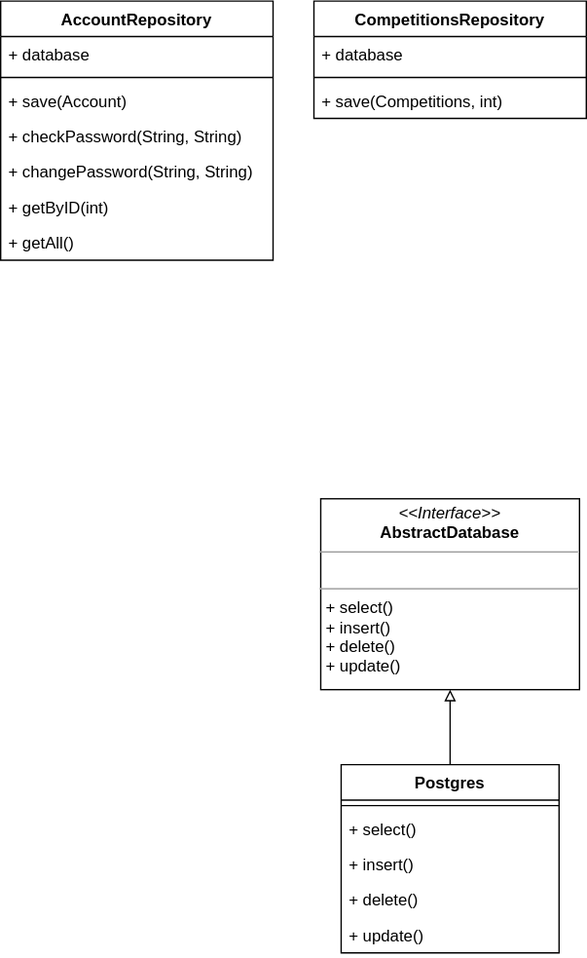
ArdentK/bmstu-6sem-ppo keeps this draw.io diagram as docs/assets/dataAccess.svg. Above is the earlier version. Source tidied: cells renumbered, new cells last; positions are measured from the earlier drawing's top-left corner, leaving out a move shared by most shapes. The source it was exported from:
```xml
<mxGraphModel>
  <root>
    <mxCell id="0" />
    <mxCell id="1" parent="0" />
    <mxCell id="2" style="edgeStyle=orthogonalEdgeStyle;rounded=0;jettySize=auto;html=1;exitX=0.5;exitY=0;exitDx=0;exitDy=0;entryX=0.5;entryY=1;entryDx=0;entryDy=0;endArrow=block;endFill=0;" parent="1" edge="1" source="3" target="9">
      <mxGeometry relative="1" as="geometry" />
    </mxCell>
    <mxCell id="3" value="Postgres" style="swimlane;fontStyle=1;align=center;verticalAlign=top;horizontal=1;startSize=26;" parent="1" vertex="1">
      <mxGeometry x="250" y="560" width="160" height="138" as="geometry" />
    </mxCell>
    <mxCell id="4" style="line;strokeWidth=1;fillColor=none;align=left;verticalAlign=middle;spacingTop=-1;spacingLeft=3;spacingRight=3;labelPosition=right;" parent="3" vertex="1">
      <mxGeometry y="26" width="160" height="8" as="geometry" />
    </mxCell>
    <mxCell id="5" value="+ select()" style="text;strokeColor=none;fillColor=none;align=left;verticalAlign=top;spacingLeft=4;spacingRight=4;overflow=hidden;" parent="3" vertex="1">
      <mxGeometry y="34" width="160" height="26" as="geometry" />
    </mxCell>
    <mxCell id="6" value="+ insert()" style="text;strokeColor=none;fillColor=none;align=left;verticalAlign=top;spacingLeft=4;spacingRight=4;overflow=hidden;" parent="3" vertex="1">
      <mxGeometry y="60" width="160" height="26" as="geometry" />
    </mxCell>
    <mxCell id="7" value="+ delete()" style="text;strokeColor=none;fillColor=none;align=left;verticalAlign=top;spacingLeft=4;spacingRight=4;overflow=hidden;" parent="3" vertex="1">
      <mxGeometry y="86" width="160" height="26" as="geometry" />
    </mxCell>
    <mxCell id="8" value="+ update()" style="text;strokeColor=none;fillColor=none;align=left;verticalAlign=top;spacingLeft=4;spacingRight=4;overflow=hidden;" parent="3" vertex="1">
      <mxGeometry y="112" width="160" height="26" as="geometry" />
    </mxCell>
    <mxCell id="9" value="&lt;p style=&quot;margin:0px;margin-top:4px;text-align:center;&quot;&gt;&lt;i&gt;&amp;lt;&amp;lt;Interface&amp;gt;&amp;gt;&lt;/i&gt;&lt;br&gt;&lt;b&gt;AbstractDatabase&lt;/b&gt;&lt;/p&gt;&lt;hr size=&quot;1&quot;&gt;&lt;p style=&quot;margin:0px;margin-left:4px;&quot;&gt;&lt;br&gt;&lt;/p&gt;&lt;hr size=&quot;1&quot;&gt;&lt;p style=&quot;margin:0px;margin-left:4px;&quot;&gt;+ select()&lt;br&gt;&lt;/p&gt;&lt;p style=&quot;margin:0px;margin-left:4px;&quot;&gt;+ insert()&lt;/p&gt;&lt;p style=&quot;margin:0px;margin-left:4px;&quot;&gt;+ delete()&lt;/p&gt;&lt;p style=&quot;margin:0px;margin-left:4px;&quot;&gt;+ update()&lt;/p&gt;" style="verticalAlign=top;align=left;overflow=fill;fontSize=12;fontFamily=Helvetica;html=1;" parent="1" vertex="1">
      <mxGeometry x="235" y="365" width="190" height="140" as="geometry" />
    </mxCell>
    <mxCell id="10" value="AccountRepository" style="swimlane;fontStyle=1;align=center;verticalAlign=top;horizontal=1;startSize=26;" parent="1" vertex="1">
      <mxGeometry width="200" height="190" as="geometry" />
    </mxCell>
    <mxCell id="11" value="+ database" style="text;strokeColor=none;fillColor=none;align=left;verticalAlign=top;spacingLeft=4;spacingRight=4;overflow=hidden;" parent="10" vertex="1">
      <mxGeometry y="26" width="200" height="26" as="geometry" />
    </mxCell>
    <mxCell id="12" style="line;strokeWidth=1;fillColor=none;align=left;verticalAlign=middle;spacingTop=-1;spacingLeft=3;spacingRight=3;labelPosition=right;" parent="10" vertex="1">
      <mxGeometry y="52" width="200" height="8" as="geometry" />
    </mxCell>
    <mxCell id="13" value="+ save(Account)" style="text;strokeColor=none;fillColor=none;align=left;verticalAlign=top;spacingLeft=4;spacingRight=4;overflow=hidden;" parent="10" vertex="1">
      <mxGeometry y="60" width="200" height="26" as="geometry" />
    </mxCell>
    <mxCell id="14" value="+ checkPassword(String, String)" style="text;strokeColor=none;fillColor=none;align=left;verticalAlign=top;spacingLeft=4;spacingRight=4;overflow=hidden;" parent="10" vertex="1">
      <mxGeometry y="86" width="200" height="26" as="geometry" />
    </mxCell>
    <mxCell id="15" value="+ changePassword(String, String)" style="text;strokeColor=none;fillColor=none;align=left;verticalAlign=top;spacingLeft=4;spacingRight=4;overflow=hidden;" parent="10" vertex="1">
      <mxGeometry y="112" width="200" height="26" as="geometry" />
    </mxCell>
    <mxCell id="16" value="+ getByID(int)" style="text;strokeColor=none;fillColor=none;align=left;verticalAlign=top;spacingLeft=4;spacingRight=4;overflow=hidden;" parent="10" vertex="1">
      <mxGeometry y="138" width="200" height="26" as="geometry" />
    </mxCell>
    <mxCell id="17" value="+ getAll()" style="text;strokeColor=none;fillColor=none;align=left;verticalAlign=top;spacingLeft=4;spacingRight=4;overflow=hidden;" parent="10" vertex="1">
      <mxGeometry y="164" width="200" height="26" as="geometry" />
    </mxCell>
    <mxCell id="18" value="CompetitionsRepository" style="swimlane;fontStyle=1;align=center;verticalAlign=top;horizontal=1;startSize=26;" parent="1" vertex="1">
      <mxGeometry x="230" width="200" height="86" as="geometry" />
    </mxCell>
    <mxCell id="19" value="+ database" style="text;strokeColor=none;fillColor=none;align=left;verticalAlign=top;spacingLeft=4;spacingRight=4;overflow=hidden;" parent="18" vertex="1">
      <mxGeometry y="26" width="200" height="26" as="geometry" />
    </mxCell>
    <mxCell id="20" style="line;strokeWidth=1;fillColor=none;align=left;verticalAlign=middle;spacingTop=-1;spacingLeft=3;spacingRight=3;labelPosition=right;" parent="18" vertex="1">
      <mxGeometry y="52" width="200" height="8" as="geometry" />
    </mxCell>
    <mxCell id="21" value="+ save(Competitions, int)" style="text;strokeColor=none;fillColor=none;align=left;verticalAlign=top;spacingLeft=4;spacingRight=4;overflow=hidden;" parent="18" vertex="1">
      <mxGeometry y="60" width="200" height="26" as="geometry" />
    </mxCell>
  </root>
</mxGraphModel>
```
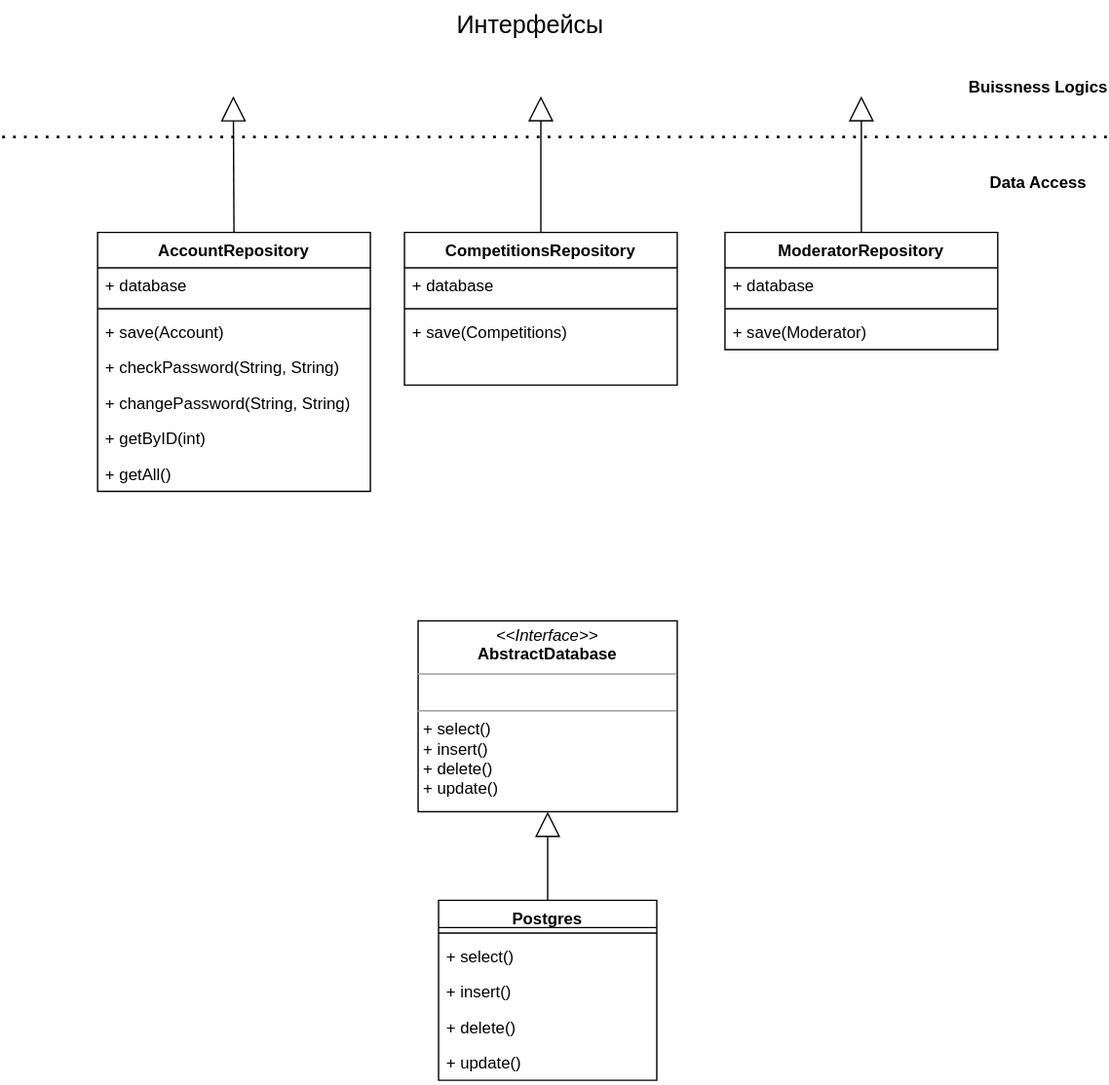
The same file after the commit.

Diff of the diagram source:
```diff
@@ -1,33 +1,30 @@
-<mxGraphModel>
+<mxGraphModel background="#ffffff">
   <root>
     <mxCell id="0" />
     <mxCell id="1" parent="0" />
-    <mxCell id="2" style="edgeStyle=orthogonalEdgeStyle;rounded=0;jettySize=auto;html=1;exitX=0.5;exitY=0;exitDx=0;exitDy=0;entryX=0.5;entryY=1;entryDx=0;entryDy=0;endArrow=block;endFill=0;" parent="1" edge="1" source="3" target="9">
-      <mxGeometry relative="1" as="geometry" />
-    </mxCell>
-    <mxCell id="3" value="Postgres" style="swimlane;fontStyle=1;align=center;verticalAlign=top;horizontal=1;startSize=26;" parent="1" vertex="1">
-      <mxGeometry x="250" y="560" width="160" height="138" as="geometry" />
+    <mxCell id="3" value="Postgres" style="swimlane;fontStyle=1;align=center;verticalAlign=top;horizontal=1;startSize=20;" parent="1" vertex="1">
+      <mxGeometry x="250" y="570" width="160" height="132" as="geometry" />
     </mxCell>
     <mxCell id="4" style="line;strokeWidth=1;fillColor=none;align=left;verticalAlign=middle;spacingTop=-1;spacingLeft=3;spacingRight=3;labelPosition=right;" parent="3" vertex="1">
-      <mxGeometry y="26" width="160" height="8" as="geometry" />
+      <mxGeometry y="20" width="160" height="8" as="geometry" />
     </mxCell>
     <mxCell id="5" value="+ select()" style="text;strokeColor=none;fillColor=none;align=left;verticalAlign=top;spacingLeft=4;spacingRight=4;overflow=hidden;" parent="3" vertex="1">
-      <mxGeometry y="34" width="160" height="26" as="geometry" />
+      <mxGeometry y="28" width="160" height="26" as="geometry" />
     </mxCell>
     <mxCell id="6" value="+ insert()" style="text;strokeColor=none;fillColor=none;align=left;verticalAlign=top;spacingLeft=4;spacingRight=4;overflow=hidden;" parent="3" vertex="1">
-      <mxGeometry y="60" width="160" height="26" as="geometry" />
+      <mxGeometry y="54" width="160" height="26" as="geometry" />
     </mxCell>
     <mxCell id="7" value="+ delete()" style="text;strokeColor=none;fillColor=none;align=left;verticalAlign=top;spacingLeft=4;spacingRight=4;overflow=hidden;" parent="3" vertex="1">
-      <mxGeometry y="86" width="160" height="26" as="geometry" />
+      <mxGeometry y="80" width="160" height="26" as="geometry" />
     </mxCell>
     <mxCell id="8" value="+ update()" style="text;strokeColor=none;fillColor=none;align=left;verticalAlign=top;spacingLeft=4;spacingRight=4;overflow=hidden;" parent="3" vertex="1">
-      <mxGeometry y="112" width="160" height="26" as="geometry" />
+      <mxGeometry y="106" width="160" height="26" as="geometry" />
     </mxCell>
     <mxCell id="9" value="&lt;p style=&quot;margin:0px;margin-top:4px;text-align:center;&quot;&gt;&lt;i&gt;&amp;lt;&amp;lt;Interface&amp;gt;&amp;gt;&lt;/i&gt;&lt;br&gt;&lt;b&gt;AbstractDatabase&lt;/b&gt;&lt;/p&gt;&lt;hr size=&quot;1&quot;&gt;&lt;p style=&quot;margin:0px;margin-left:4px;&quot;&gt;&lt;br&gt;&lt;/p&gt;&lt;hr size=&quot;1&quot;&gt;&lt;p style=&quot;margin:0px;margin-left:4px;&quot;&gt;+ select()&lt;br&gt;&lt;/p&gt;&lt;p style=&quot;margin:0px;margin-left:4px;&quot;&gt;+ insert()&lt;/p&gt;&lt;p style=&quot;margin:0px;margin-left:4px;&quot;&gt;+ delete()&lt;/p&gt;&lt;p style=&quot;margin:0px;margin-left:4px;&quot;&gt;+ update()&lt;/p&gt;" style="verticalAlign=top;align=left;overflow=fill;fontSize=12;fontFamily=Helvetica;html=1;" parent="1" vertex="1">
       <mxGeometry x="235" y="365" width="190" height="140" as="geometry" />
     </mxCell>
     <mxCell id="10" value="AccountRepository" style="swimlane;fontStyle=1;align=center;verticalAlign=top;horizontal=1;startSize=26;" parent="1" vertex="1">
-      <mxGeometry width="200" height="190" as="geometry" />
+      <mxGeometry y="80" width="200" height="190" as="geometry" />
     </mxCell>
     <mxCell id="11" value="+ database" style="text;strokeColor=none;fillColor=none;align=left;verticalAlign=top;spacingLeft=4;spacingRight=4;overflow=hidden;" parent="10" vertex="1">
       <mxGeometry y="26" width="200" height="26" as="geometry" />
@@ -51,7 +48,7 @@
       <mxGeometry y="164" width="200" height="26" as="geometry" />
     </mxCell>
     <mxCell id="18" value="CompetitionsRepository" style="swimlane;fontStyle=1;align=center;verticalAlign=top;horizontal=1;startSize=26;" parent="1" vertex="1">
-      <mxGeometry x="230" width="200" height="86" as="geometry" />
+      <mxGeometry x="225" y="80" width="200" height="112" as="geometry" />
     </mxCell>
     <mxCell id="19" value="+ database" style="text;strokeColor=none;fillColor=none;align=left;verticalAlign=top;spacingLeft=4;spacingRight=4;overflow=hidden;" parent="18" vertex="1">
       <mxGeometry y="26" width="200" height="26" as="geometry" />
@@ -59,8 +56,57 @@
     <mxCell id="20" style="line;strokeWidth=1;fillColor=none;align=left;verticalAlign=middle;spacingTop=-1;spacingLeft=3;spacingRight=3;labelPosition=right;" parent="18" vertex="1">
       <mxGeometry y="52" width="200" height="8" as="geometry" />
     </mxCell>
-    <mxCell id="21" value="+ save(Competitions, int)" style="text;strokeColor=none;fillColor=none;align=left;verticalAlign=top;spacingLeft=4;spacingRight=4;overflow=hidden;" parent="18" vertex="1">
+    <mxCell id="21" value="+ save(Competitions)" style="text;strokeColor=none;fillColor=none;align=left;verticalAlign=top;spacingLeft=4;spacingRight=4;overflow=hidden;" parent="18" vertex="1">
       <mxGeometry y="60" width="200" height="26" as="geometry" />
     </mxCell>
+    <mxCell id="22" style="text;strokeColor=none;fillColor=none;align=left;verticalAlign=top;spacingLeft=4;spacingRight=4;overflow=hidden;" parent="18" vertex="1">
+      <mxGeometry y="86" width="200" height="26" as="geometry" />
+    </mxCell>
+    <mxCell id="23" value="ModeratorRepository" style="swimlane;fontStyle=1;align=center;verticalAlign=top;horizontal=1;startSize=26;" parent="1" vertex="1">
+      <mxGeometry x="460" y="80" width="200" height="86" as="geometry" />
+    </mxCell>
+    <mxCell id="24" value="+ database" style="text;strokeColor=none;fillColor=none;align=left;verticalAlign=top;spacingLeft=4;spacingRight=4;overflow=hidden;" parent="23" vertex="1">
+      <mxGeometry y="26" width="200" height="26" as="geometry" />
+    </mxCell>
+    <mxCell id="25" style="line;strokeWidth=1;fillColor=none;align=left;verticalAlign=middle;spacingTop=-1;spacingLeft=3;spacingRight=3;labelPosition=right;" parent="23" vertex="1">
+      <mxGeometry y="52" width="200" height="8" as="geometry" />
+    </mxCell>
+    <mxCell id="26" value="+ save(Moderator)" style="text;strokeColor=none;fillColor=none;align=left;verticalAlign=top;spacingLeft=4;spacingRight=4;overflow=hidden;" parent="23" vertex="1">
+      <mxGeometry y="60" width="200" height="26" as="geometry" />
+    </mxCell>
+    <mxCell id="27" style="endArrow=none;dashed=1;html=1;dashPattern=1 3;strokeWidth=2;rounded=0;" parent="1" edge="1">
+      <mxGeometry relative="1" as="geometry">
+        <mxPoint x="-70" y="10" as="sourcePoint" />
+        <mxPoint x="740" y="10" as="targetPoint" />
+      </mxGeometry>
+    </mxCell>
+    <mxCell id="28" style="endArrow=block;endSize=16;endFill=0;html=1;rounded=0;exitX=0.5;exitY=0;exitDx=0;exitDy=0;" parent="1" edge="1" source="18">
+      <mxGeometry relative="1" as="geometry">
+        <mxPoint x="325" y="-20" as="targetPoint" />
+      </mxGeometry>
+    </mxCell>
+    <mxCell id="2" style="endArrow=block;endSize=16;endFill=0;html=1;rounded=0;exitX=0.5;exitY=0;exitDx=0;exitDy=0;entryX=0.5;entryY=1;entryDx=0;entryDy=0;" parent="1" edge="1" source="3" target="9">
+      <mxGeometry relative="1" as="geometry" />
+    </mxCell>
+    <mxCell id="29" style="endArrow=block;endSize=16;endFill=0;html=1;rounded=0;" parent="1" edge="1">
+      <mxGeometry relative="1" as="geometry">
+        <mxPoint x="100" y="80" as="sourcePoint" />
+        <mxPoint x="99.5" y="-20" as="targetPoint" />
+      </mxGeometry>
+    </mxCell>
+    <mxCell id="30" style="endArrow=block;endSize=16;endFill=0;html=1;rounded=0;exitX=0.5;exitY=0;exitDx=0;exitDy=0;" parent="1" edge="1" source="23">
+      <mxGeometry relative="1" as="geometry">
+        <mxPoint x="560" y="-20" as="targetPoint" />
+      </mxGeometry>
+    </mxCell>
+    <mxCell id="31" value="Интерфейсы" style="text;strokeColor=none;fillColor=none;align=center;verticalAlign=top;spacingLeft=4;spacingRight=4;overflow=hidden;fontSize=18;" parent="1" vertex="1">
+      <mxGeometry x="225" y="-90" width="185" height="30" as="geometry" />
+    </mxCell>
+    <mxCell id="32" value="Buissness Logics" style="text;align=center;fontStyle=1;verticalAlign=middle;spacingLeft=3;spacingRight=3;strokeColor=none;fontSize=12;" parent="1" vertex="1">
+      <mxGeometry x="650" y="-40" width="80" height="26" as="geometry" />
+    </mxCell>
+    <mxCell id="33" value="Data Access" style="text;align=center;fontStyle=1;verticalAlign=middle;spacingLeft=3;spacingRight=3;strokeColor=none;fontSize=12;" parent="1" vertex="1">
+      <mxGeometry x="650" y="30" width="80" height="26" as="geometry" />
+    </mxCell>
   </root>
 </mxGraphModel>
```
